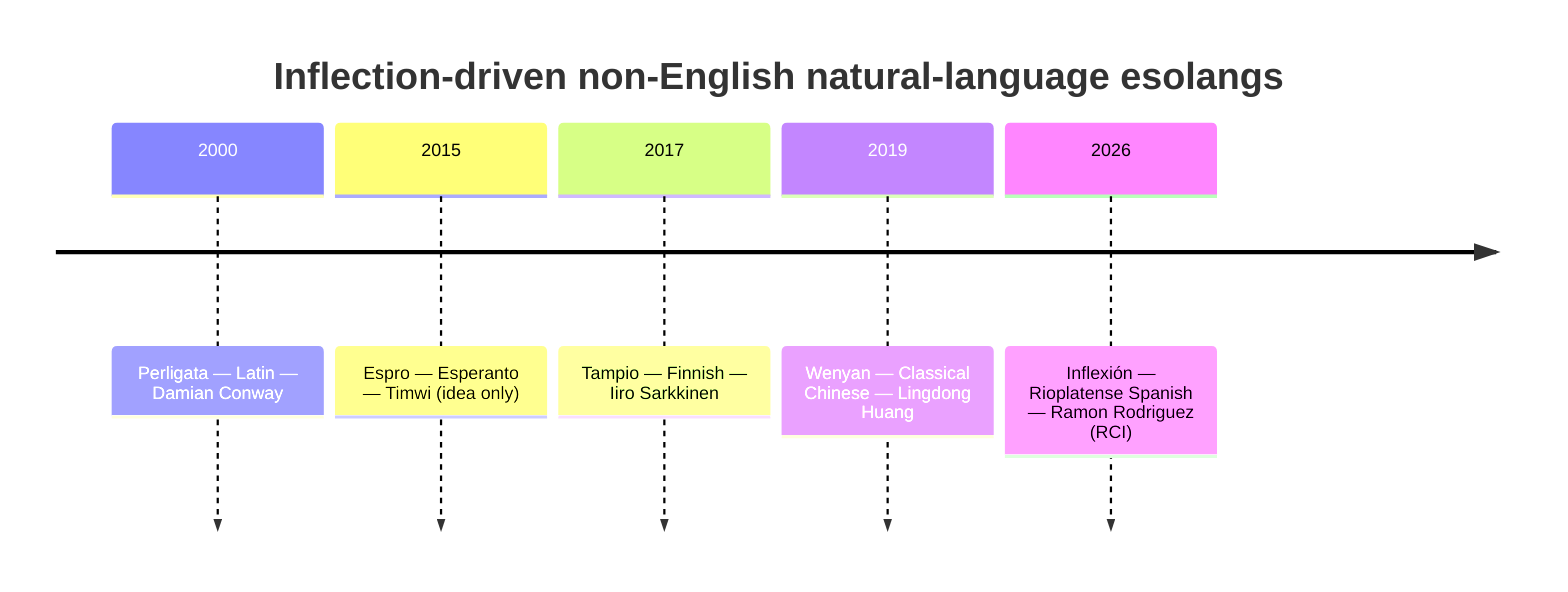
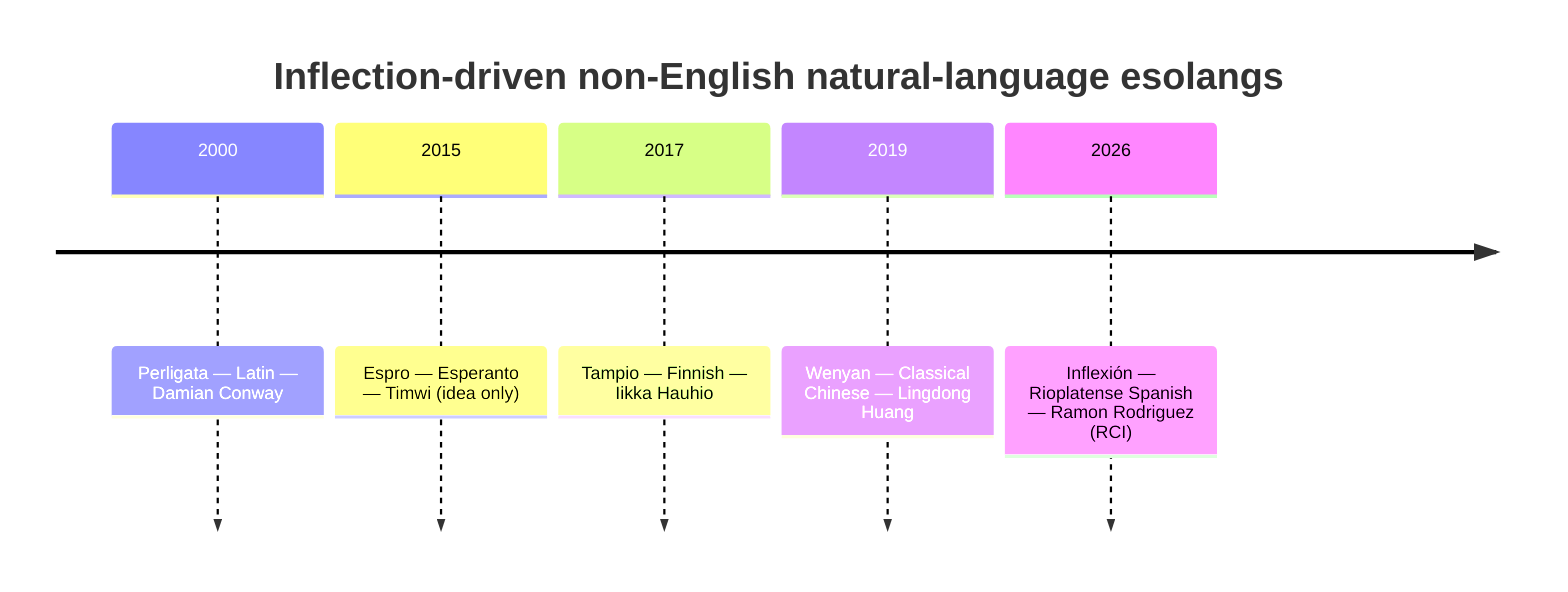
%% Diagram A — Inflection-driven non-English natural-language esolang lineage
%% Source: /data/rci/Babel/diagrams/lineage-timeline.mmd
%% Render via diagrams.roderickc.com app slug: www, diagram slug: inflexion-lineage
%% Embed in: 02-inspiration.md, 05 §1, both READMEs, LinkedIn article 2
%% Public URL: https://diagrams.roderickc.com/api/v1/apps/www/diagrams/inflexion-lineage.svg

timeline
    title Inflection-driven non-English natural-language esolangs
    2000 : Perligata — Latin — Damian Conway
    2015 : Espro — Esperanto — Timwi (idea only)
-     2017 : Tampio — Finnish — Iiro Sarkkinen
+     2017 : Tampio — Finnish — Iikka Hauhio
    2019 : Wenyan — Classical Chinese — Lingdong Huang
    2026 : Inflexión — Rioplatense Spanish — Ramon Rodriguez (RCI)
